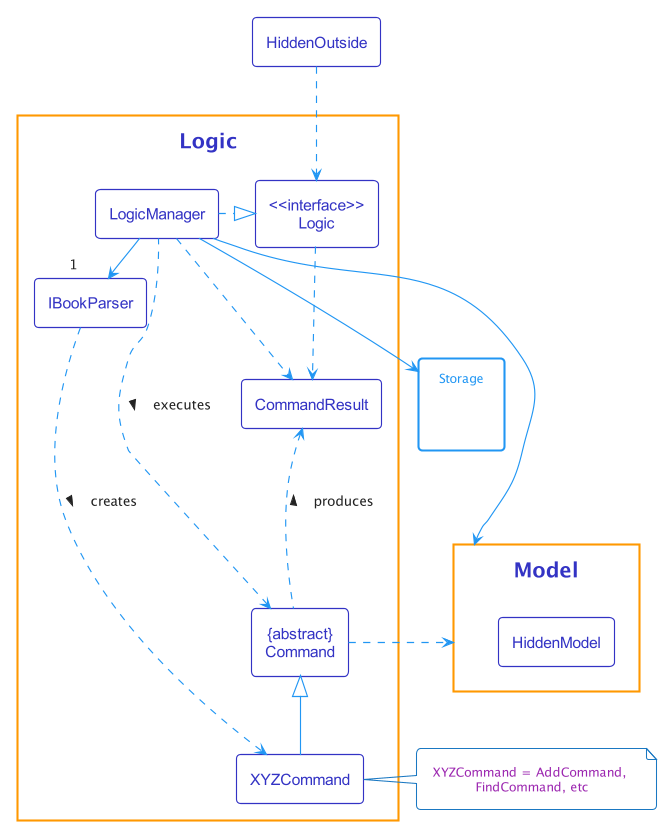
Before: docs/images/LogicClassDiagram.png, a diagram exported from PlantUML (nus-cs2103-AY2122S2/tp).
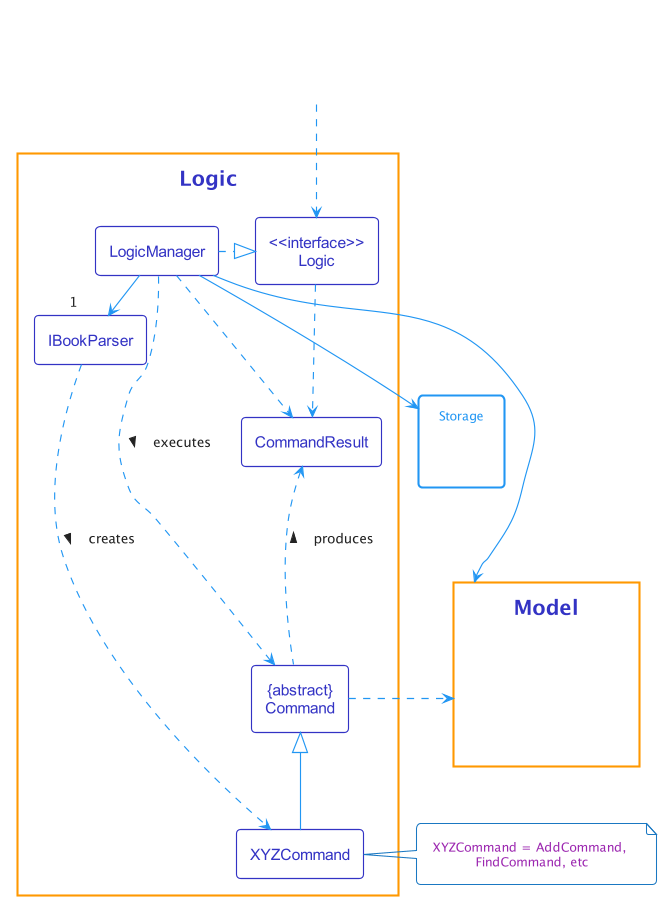
The same diagram one commit later.

Commit message:
Fix hidden classes and italic fonts in UML diagrams

Change to the diagram source:
```diff
@@ -14,25 +14,24 @@
 }
 
 package Logic {
-
-Class IBookParser
-Class XYZCommand
-Class CommandResult
-Class "{abstract}\nCommand" as Command
+    class IBookParser
+    class XYZCommand
+    class CommandResult
+    class "{abstract}\nCommand" as Command
 
 
-Class "<<interface>>\nLogic" as Logic
-Class LogicManager
+    class "<<interface>>\nLogic" as Logic
+    class LogicManager
 }
 
-package Model{
-Class HiddenModel #FFFFFF
+package Model {
+    class HiddenModel<<Hidden>>
 }
 
-package Storage{
+package Storage {
 }
 
-Class HiddenOutside #FFFFFF
+class HiddenOutside<<Hidden>>
 HiddenOutside ..> Logic
 
 LogicManager .right.|> Logic
```
